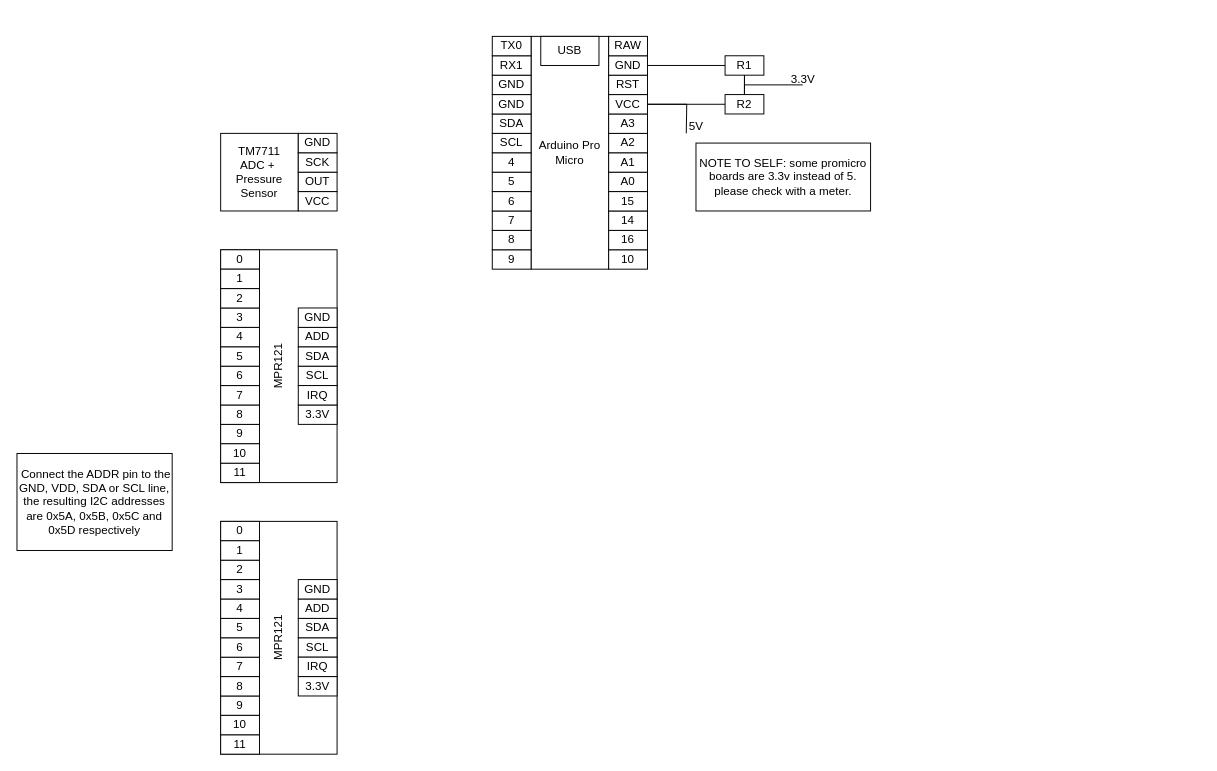
Above: page "Circuit" (3 of 3) of notes/diagrams.drawio in starmaid/ewi (draw.io), before the change. Source tidied: cells renumbered, new cells numbered last; positions are measured from the earlier drawing's top-left corner, leaving out a move shared by most shapes. Both pictures are drawn from the tidied source at 97%, with x=0, y=0 at pixel (16, 36).
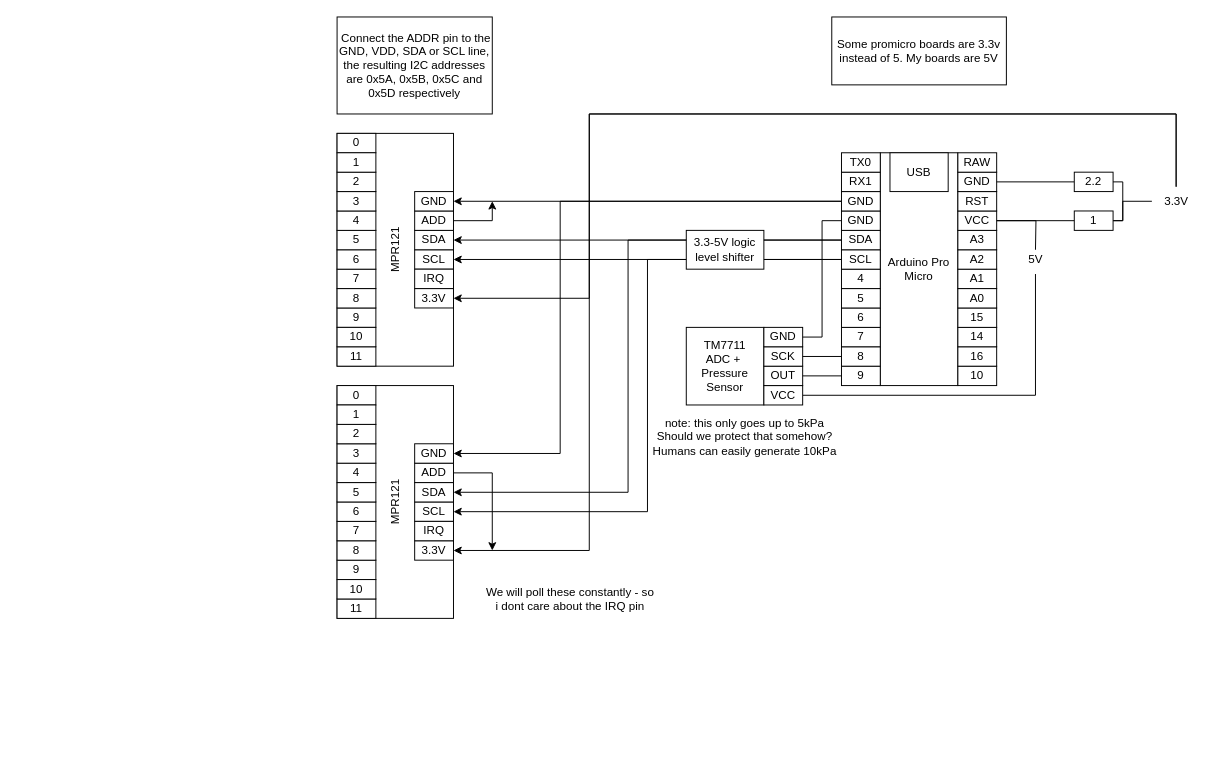
The same diagram, later.

Commit message (it also covers changes not shown here):
add components to circuit diagram, export

The change refers to these unchanged cells:
```xml
<mxCell id="4" value="9" style="rounded=0;whiteSpace=wrap;html=1;" parent="2" vertex="1">
  <mxGeometry y="220" width="40" height="20" as="geometry" />
</mxCell>
<mxCell id="5" value="8" style="rounded=0;whiteSpace=wrap;html=1;" parent="2" vertex="1">
  <mxGeometry y="200" width="40" height="20" as="geometry" />
</mxCell>
<mxCell id="10" value="SCL" style="rounded=0;whiteSpace=wrap;html=1;" parent="2" vertex="1">
  <mxGeometry y="100" width="40" height="20" as="geometry" />
</mxCell>
<mxCell id="18" value="SDA" style="rounded=0;whiteSpace=wrap;html=1;" parent="2" vertex="1">
  <mxGeometry y="80" width="40" height="20" as="geometry" />
</mxCell>
<mxCell id="19" value="GND" style="rounded=0;whiteSpace=wrap;html=1;" parent="2" vertex="1">
  <mxGeometry y="60" width="40" height="20" as="geometry" />
</mxCell>
<mxCell id="20" value="GND" style="rounded=0;whiteSpace=wrap;html=1;" parent="2" vertex="1">
  <mxGeometry y="40" width="40" height="20" as="geometry" />
</mxCell>
```

Diff of the diagram source:
```diff
@@
     <mxCell id="2" style="group;" parent="1" vertex="1">
-      <mxGeometry x="490" width="160" height="240" as="geometry" />
+      <mxGeometry x="850" y="120" width="160" height="240" as="geometry" />
     </mxCell>
@@
     <mxCell id="29" value="USB" style="rounded=0;whiteSpace=wrap;html=1;" parent="2" vertex="1">
-      <mxGeometry x="50" width="60" height="30" as="geometry" />
+      <mxGeometry x="50" width="60" height="40" as="geometry" />
     </mxCell>
@@
-    <mxCell id="31" value="R1" style="rounded=0;whiteSpace=wrap;html=1;" parent="1" vertex="1">
-      <mxGeometry x="730" y="20" width="40" height="20" as="geometry" />
+    <mxCell id="31" value="2.2" style="rounded=0;whiteSpace=wrap;html=1;" parent="1" vertex="1">
+      <mxGeometry x="1090" y="140" width="40" height="20" as="geometry" />
     </mxCell>
     <mxCell id="32" style="edgeStyle=orthogonalEdgeStyle;rounded=0;jettySize=auto;html=1;endArrow=none;endFill=0;" parent="1" edge="1" source="34" target="31">
-      <mxGeometry relative="1" as="geometry" />
+      <mxGeometry relative="1" as="geometry">
+        <Array as="points">
+          <mxPoint x="1140" y="190" />
+          <mxPoint x="1140" y="150" />
+        </Array>
+      </mxGeometry>
     </mxCell>
     <mxCell id="33" style="edgeStyle=orthogonalEdgeStyle;rounded=0;jettySize=auto;html=1;endArrow=none;endFill=0;" parent="1" edge="1" source="34">
       <mxGeometry relative="1" as="geometry">
-        <mxPoint x="810" y="50" as="targetPoint" />
+        <mxPoint x="1170" y="170" as="targetPoint" />
         <Array as="points">
-          <mxPoint x="750" y="50" />
+          <mxPoint x="1140" y="190" />
+          <mxPoint x="1140" y="170" />
         </Array>
       </mxGeometry>
     </mxCell>
-    <mxCell id="34" value="R2" style="rounded=0;whiteSpace=wrap;html=1;" parent="1" vertex="1">
-      <mxGeometry x="730" y="60" width="40" height="20" as="geometry" />
+    <mxCell id="34" value="1" style="rounded=0;whiteSpace=wrap;html=1;" parent="1" vertex="1">
+      <mxGeometry x="1090" y="180" width="40" height="20" as="geometry" />
     </mxCell>
@@
+    <mxCell id="83" style="edgeStyle=orthogonalEdgeStyle;rounded=0;jettySize=auto;html=1;entryX=1;entryY=0.5;entryDx=0;entryDy=0;" parent="1" edge="1" source="36" target="48">
+      <mxGeometry relative="1" as="geometry">
+        <Array as="points">
+          <mxPoint x="1195" y="80" />
+          <mxPoint x="590" y="80" />
+          <mxPoint x="590" y="270" />
+        </Array>
+      </mxGeometry>
+    </mxCell>
+    <mxCell id="84" style="edgeStyle=orthogonalEdgeStyle;rounded=0;jettySize=auto;html=1;entryX=1;entryY=0.5;entryDx=0;entryDy=0;" parent="1" edge="1" source="36" target="68">
+      <mxGeometry relative="1" as="geometry">
+        <Array as="points">
+          <mxPoint x="1195" y="80" />
+          <mxPoint x="590" y="80" />
+          <mxPoint x="590" y="530" />
+        </Array>
+      </mxGeometry>
+    </mxCell>
     <mxCell id="36" value="3.3V" style="text;html=1;align=center;verticalAlign=middle;points=[];strokeColor=none;fillColor=none;" parent="1" vertex="1">
-      <mxGeometry x="785" y="30" width="50" height="30" as="geometry" />
+      <mxGeometry x="1170" y="155" width="50" height="30" as="geometry" />
     </mxCell>
+    <mxCell id="85" style="edgeStyle=orthogonalEdgeStyle;rounded=0;jettySize=auto;html=1;entryX=1;entryY=0.5;entryDx=0;entryDy=0;endArrow=none;endFill=0;" parent="1" edge="1" source="37" target="39">
+      <mxGeometry relative="1" as="geometry">
+        <Array as="points">
+          <mxPoint x="1050" y="370" />
+        </Array>
+      </mxGeometry>
+    </mxCell>
     <mxCell id="37" value="5V" style="text;html=1;align=center;verticalAlign=middle;points=[];strokeColor=none;fillColor=none;" parent="1" vertex="1">
-      <mxGeometry x="680" y="78" width="40" height="30" as="geometry" />
+      <mxGeometry x="1030" y="215" width="40" height="30" as="geometry" />
     </mxCell>
     <mxCell id="38" value="TM7711&lt;br&gt;ADC +&amp;nbsp;&lt;br&gt;Pressure Sensor" style="rounded=0;whiteSpace=wrap;html=1;" parent="1" vertex="1">
-      <mxGeometry x="210" y="100" width="80" height="80" as="geometry" />
+      <mxGeometry x="690" y="300" width="80" height="80" as="geometry" />
     </mxCell>
     <mxCell id="39" value="VCC" style="rounded=0;whiteSpace=wrap;html=1;" parent="1" vertex="1">
-      <mxGeometry x="290" y="160" width="40" height="20" as="geometry" />
+      <mxGeometry x="770" y="360" width="40" height="20" as="geometry" />
     </mxCell>
     <mxCell id="40" value="OUT" style="rounded=0;whiteSpace=wrap;html=1;" parent="1" vertex="1">
-      <mxGeometry x="290" y="140" width="40" height="20" as="geometry" />
+      <mxGeometry x="770" y="340" width="40" height="20" as="geometry" />
     </mxCell>
     <mxCell id="41" value="SCK" style="rounded=0;whiteSpace=wrap;html=1;" parent="1" vertex="1">
-      <mxGeometry x="290" y="120" width="40" height="20" as="geometry" />
+      <mxGeometry x="770" y="320" width="40" height="20" as="geometry" />
     </mxCell>
     <mxCell id="42" value="GND" style="rounded=0;whiteSpace=wrap;html=1;" parent="1" vertex="1">
-      <mxGeometry x="290" y="100" width="40" height="20" as="geometry" />
+      <mxGeometry x="770" y="300" width="40" height="20" as="geometry" />
     </mxCell>
     <mxCell id="43" value="MPR121" style="rounded=0;whiteSpace=wrap;html=1;horizontal=0;" parent="1" vertex="1">
-      <mxGeometry x="210" y="220" width="120" height="240" as="geometry" />
+      <mxGeometry x="330" y="100" width="120" height="240" as="geometry" />
     </mxCell>
     <mxCell id="44" value="SCL" style="rounded=0;whiteSpace=wrap;html=1;" parent="1" vertex="1">
-      <mxGeometry x="290" y="340" width="40" height="20" as="geometry" />
+      <mxGeometry x="410" y="220" width="40" height="20" as="geometry" />
     </mxCell>
     <mxCell id="45" value="SDA" style="rounded=0;whiteSpace=wrap;html=1;" parent="1" vertex="1">
-      <mxGeometry x="290" y="320" width="40" height="20" as="geometry" />
+      <mxGeometry x="410" y="200" width="40" height="20" as="geometry" />
     </mxCell>
+    <mxCell id="86" style="edgeStyle=orthogonalEdgeStyle;rounded=0;jettySize=auto;html=1;" parent="1" edge="1" source="46">
+      <mxGeometry relative="1" as="geometry">
+        <mxPoint x="490" y="170" as="targetPoint" />
+        <Array as="points">
+          <mxPoint x="490" y="190" />
+        </Array>
+      </mxGeometry>
+    </mxCell>
     <mxCell id="46" value="ADD" style="rounded=0;whiteSpace=wrap;html=1;" parent="1" vertex="1">
-      <mxGeometry x="290" y="300" width="40" height="20" as="geometry" />
+      <mxGeometry x="410" y="180" width="40" height="20" as="geometry" />
     </mxCell>
     <mxCell id="47" value="GND" style="rounded=0;whiteSpace=wrap;html=1;" parent="1" vertex="1">
-      <mxGeometry x="290" y="280" width="40" height="20" as="geometry" />
+      <mxGeometry x="410" y="160" width="40" height="20" as="geometry" />
     </mxCell>
     <mxCell id="48" value="3.3V" style="rounded=0;whiteSpace=wrap;html=1;" parent="1" vertex="1">
-      <mxGeometry x="290" y="380" width="40" height="20" as="geometry" />
+      <mxGeometry x="410" y="260" width="40" height="20" as="geometry" />
     </mxCell>
     <mxCell id="49" value="IRQ" style="rounded=0;whiteSpace=wrap;html=1;" parent="1" vertex="1">
-      <mxGeometry x="290" y="360" width="40" height="20" as="geometry" />
+      <mxGeometry x="410" y="240" width="40" height="20" as="geometry" />
     </mxCell>
     <mxCell id="50" value="9" style="rounded=0;whiteSpace=wrap;html=1;" parent="1" vertex="1">
-      <mxGeometry x="210" y="400" width="40" height="20" as="geometry" />
+      <mxGeometry x="330" y="280" width="40" height="20" as="geometry" />
     </mxCell>
     <mxCell id="51" value="8" style="rounded=0;whiteSpace=wrap;html=1;" parent="1" vertex="1">
-      <mxGeometry x="210" y="380" width="40" height="20" as="geometry" />
+      <mxGeometry x="330" y="260" width="40" height="20" as="geometry" />
     </mxCell>
     <mxCell id="52" value="7" style="rounded=0;whiteSpace=wrap;html=1;" parent="1" vertex="1">
-      <mxGeometry x="210" y="360" width="40" height="20" as="geometry" />
+      <mxGeometry x="330" y="240" width="40" height="20" as="geometry" />
     </mxCell>
     <mxCell id="53" value="6" style="rounded=0;whiteSpace=wrap;html=1;" parent="1" vertex="1">
-      <mxGeometry x="210" y="340" width="40" height="20" as="geometry" />
+      <mxGeometry x="330" y="220" width="40" height="20" as="geometry" />
     </mxCell>
     <mxCell id="54" value="5" style="rounded=0;whiteSpace=wrap;html=1;" parent="1" vertex="1">
-      <mxGeometry x="210" y="320" width="40" height="20" as="geometry" />
+      <mxGeometry x="330" y="200" width="40" height="20" as="geometry" />
     </mxCell>
     <mxCell id="55" value="4" style="rounded=0;whiteSpace=wrap;html=1;" parent="1" vertex="1">
-      <mxGeometry x="210" y="300" width="40" height="20" as="geometry" />
+      <mxGeometry x="330" y="180" width="40" height="20" as="geometry" />
     </mxCell>
     <mxCell id="56" value="3" style="rounded=0;whiteSpace=wrap;html=1;" parent="1" vertex="1">
-      <mxGeometry x="210" y="280" width="40" height="20" as="geometry" />
+      <mxGeometry x="330" y="160" width="40" height="20" as="geometry" />
     </mxCell>
     <mxCell id="57" value="2" style="rounded=0;whiteSpace=wrap;html=1;" parent="1" vertex="1">
-      <mxGeometry x="210" y="260" width="40" height="20" as="geometry" />
+      <mxGeometry x="330" y="140" width="40" height="20" as="geometry" />
     </mxCell>
     <mxCell id="58" value="0" style="rounded=0;whiteSpace=wrap;html=1;" parent="1" vertex="1">
-      <mxGeometry x="210" y="220" width="40" height="20" as="geometry" />
+      <mxGeometry x="330" y="100" width="40" height="20" as="geometry" />
     </mxCell>
     <mxCell id="59" value="1" style="rounded=0;whiteSpace=wrap;html=1;" parent="1" vertex="1">
-      <mxGeometry x="210" y="240" width="40" height="20" as="geometry" />
+      <mxGeometry x="330" y="120" width="40" height="20" as="geometry" />
     </mxCell>
     <mxCell id="60" value="11" style="rounded=0;whiteSpace=wrap;html=1;" parent="1" vertex="1">
-      <mxGeometry x="210" y="440" width="40" height="20" as="geometry" />
+      <mxGeometry x="330" y="320" width="40" height="20" as="geometry" />
     </mxCell>
     <mxCell id="61" value="10" style="rounded=0;whiteSpace=wrap;html=1;" parent="1" vertex="1">
-      <mxGeometry x="210" y="420" width="40" height="20" as="geometry" />
+      <mxGeometry x="330" y="300" width="40" height="20" as="geometry" />
     </mxCell>
     <mxCell id="62" value="&lt;div&gt;&amp;nbsp;Connect the ADDR pin to the GND, VDD, SDA or SCL line, the resulting I2C addresses&lt;/div&gt;&lt;div&gt;are 0x5A, 0x5B, 0x5C and 0x5D respectively&lt;/div&gt;" style="rounded=0;whiteSpace=wrap;html=1;" parent="1" vertex="1">
-      <mxGeometry y="430" width="160" height="100" as="geometry" />
+      <mxGeometry x="330" y="-20" width="160" height="100" as="geometry" />
     </mxCell>
     <mxCell id="63" value="MPR121" style="rounded=0;whiteSpace=wrap;html=1;horizontal=0;" parent="1" vertex="1">
-      <mxGeometry x="210" y="500" width="120" height="240" as="geometry" />
+      <mxGeometry x="330" y="360" width="120" height="240" as="geometry" />
     </mxCell>
     <mxCell id="64" value="SCL" style="rounded=0;whiteSpace=wrap;html=1;" parent="1" vertex="1">
-      <mxGeometry x="290" y="620" width="40" height="20" as="geometry" />
+      <mxGeometry x="410" y="480" width="40" height="20" as="geometry" />
     </mxCell>
     <mxCell id="65" value="SDA" style="rounded=0;whiteSpace=wrap;html=1;" parent="1" vertex="1">
-      <mxGeometry x="290" y="600" width="40" height="20" as="geometry" />
+      <mxGeometry x="410" y="460" width="40" height="20" as="geometry" />
     </mxCell>
+    <mxCell id="87" style="edgeStyle=orthogonalEdgeStyle;rounded=0;jettySize=auto;html=1;" parent="1" edge="1" source="66">
+      <mxGeometry relative="1" as="geometry">
+        <mxPoint x="490" y="530" as="targetPoint" />
+        <Array as="points">
+          <mxPoint x="490" y="450" />
+          <mxPoint x="490" y="530" />
+        </Array>
+      </mxGeometry>
+    </mxCell>
     <mxCell id="66" value="ADD" style="rounded=0;whiteSpace=wrap;html=1;" parent="1" vertex="1">
-      <mxGeometry x="290" y="580" width="40" height="20" as="geometry" />
+      <mxGeometry x="410" y="440" width="40" height="20" as="geometry" />
     </mxCell>
     <mxCell id="67" value="GND" style="rounded=0;whiteSpace=wrap;html=1;" parent="1" vertex="1">
-      <mxGeometry x="290" y="560" width="40" height="20" as="geometry" />
+      <mxGeometry x="410" y="420" width="40" height="20" as="geometry" />
     </mxCell>
     <mxCell id="68" value="3.3V" style="rounded=0;whiteSpace=wrap;html=1;" parent="1" vertex="1">
-      <mxGeometry x="290" y="660" width="40" height="20" as="geometry" />
+      <mxGeometry x="410" y="520" width="40" height="20" as="geometry" />
     </mxCell>
     <mxCell id="69" value="IRQ" style="rounded=0;whiteSpace=wrap;html=1;" parent="1" vertex="1">
-      <mxGeometry x="290" y="640" width="40" height="20" as="geometry" />
+      <mxGeometry x="410" y="500" width="40" height="20" as="geometry" />
     </mxCell>
     <mxCell id="70" value="9" style="rounded=0;whiteSpace=wrap;html=1;" parent="1" vertex="1">
-      <mxGeometry x="210" y="680" width="40" height="20" as="geometry" />
+      <mxGeometry x="330" y="540" width="40" height="20" as="geometry" />
     </mxCell>
     <mxCell id="71" value="8" style="rounded=0;whiteSpace=wrap;html=1;" parent="1" vertex="1">
-      <mxGeometry x="210" y="660" width="40" height="20" as="geometry" />
+      <mxGeometry x="330" y="520" width="40" height="20" as="geometry" />
     </mxCell>
     <mxCell id="72" value="7" style="rounded=0;whiteSpace=wrap;html=1;" parent="1" vertex="1">
-      <mxGeometry x="210" y="640" width="40" height="20" as="geometry" />
+      <mxGeometry x="330" y="500" width="40" height="20" as="geometry" />
     </mxCell>
     <mxCell id="73" value="6" style="rounded=0;whiteSpace=wrap;html=1;" parent="1" vertex="1">
-      <mxGeometry x="210" y="620" width="40" height="20" as="geometry" />
+      <mxGeometry x="330" y="480" width="40" height="20" as="geometry" />
     </mxCell>
     <mxCell id="74" value="5" style="rounded=0;whiteSpace=wrap;html=1;" parent="1" vertex="1">
-      <mxGeometry x="210" y="600" width="40" height="20" as="geometry" />
+      <mxGeometry x="330" y="460" width="40" height="20" as="geometry" />
     </mxCell>
     <mxCell id="75" value="4" style="rounded=0;whiteSpace=wrap;html=1;" parent="1" vertex="1">
-      <mxGeometry x="210" y="580" width="40" height="20" as="geometry" />
+      <mxGeometry x="330" y="440" width="40" height="20" as="geometry" />
     </mxCell>
     <mxCell id="76" value="3" style="rounded=0;whiteSpace=wrap;html=1;" parent="1" vertex="1">
-      <mxGeometry x="210" y="560" width="40" height="20" as="geometry" />
+      <mxGeometry x="330" y="420" width="40" height="20" as="geometry" />
     </mxCell>
     <mxCell id="77" value="2" style="rounded=0;whiteSpace=wrap;html=1;" parent="1" vertex="1">
-      <mxGeometry x="210" y="540" width="40" height="20" as="geometry" />
+      <mxGeometry x="330" y="400" width="40" height="20" as="geometry" />
     </mxCell>
     <mxCell id="78" value="0" style="rounded=0;whiteSpace=wrap;html=1;" parent="1" vertex="1">
-      <mxGeometry x="210" y="500" width="40" height="20" as="geometry" />
+      <mxGeometry x="330" y="360" width="40" height="20" as="geometry" />
     </mxCell>
     <mxCell id="79" value="1" style="rounded=0;whiteSpace=wrap;html=1;" parent="1" vertex="1">
-      <mxGeometry x="210" y="520" width="40" height="20" as="geometry" />
+      <mxGeometry x="330" y="380" width="40" height="20" as="geometry" />
     </mxCell>
     <mxCell id="80" value="11" style="rounded=0;whiteSpace=wrap;html=1;" parent="1" vertex="1">
-      <mxGeometry x="210" y="720" width="40" height="20" as="geometry" />
+      <mxGeometry x="330" y="580" width="40" height="20" as="geometry" />
     </mxCell>
     <mxCell id="81" value="10" style="rounded=0;whiteSpace=wrap;html=1;" parent="1" vertex="1">
-      <mxGeometry x="210" y="700" width="40" height="20" as="geometry" />
+      <mxGeometry x="330" y="560" width="40" height="20" as="geometry" />
     </mxCell>
-    <mxCell id="82" value="NOTE TO SELF: some promicro boards are 3.3v instead of 5. please check with a meter." style="rounded=0;whiteSpace=wrap;html=1;" parent="1" vertex="1">
-      <mxGeometry x="700" y="110" width="180" height="70" as="geometry" />
+    <mxCell id="82" value="Some promicro boards are 3.3v instead of 5. My boards are 5V" style="rounded=0;whiteSpace=wrap;html=1;" parent="1" vertex="1">
+      <mxGeometry x="840" y="-20" width="180" height="70" as="geometry" />
     </mxCell>
+    <mxCell id="88" style="edgeStyle=orthogonalEdgeStyle;rounded=0;jettySize=auto;html=1;entryX=1;entryY=0.5;entryDx=0;entryDy=0;endArrow=none;endFill=0;" parent="1" edge="1" source="5" target="41">
+      <mxGeometry relative="1" as="geometry">
+        <Array as="points">
+          <mxPoint x="810" y="330" />
+          <mxPoint x="810" y="330" />
+        </Array>
+      </mxGeometry>
+    </mxCell>
+    <mxCell id="89" style="edgeStyle=orthogonalEdgeStyle;rounded=0;jettySize=auto;html=1;entryX=1;entryY=0.5;entryDx=0;entryDy=0;endArrow=none;endFill=0;" parent="1" edge="1" source="4" target="40">
+      <mxGeometry relative="1" as="geometry">
+        <Array as="points">
+          <mxPoint x="810" y="350" />
+          <mxPoint x="810" y="350" />
+        </Array>
+      </mxGeometry>
+    </mxCell>
+    <mxCell id="90" style="edgeStyle=orthogonalEdgeStyle;rounded=0;jettySize=auto;html=1;entryX=1;entryY=0.5;entryDx=0;entryDy=0;" parent="1" edge="1" source="20" target="47">
+      <mxGeometry relative="1" as="geometry" />
+    </mxCell>
+    <mxCell id="91" style="edgeStyle=orthogonalEdgeStyle;rounded=0;jettySize=auto;html=1;entryX=1;entryY=0.5;entryDx=0;entryDy=0;" parent="1" edge="1" source="20" target="67">
+      <mxGeometry relative="1" as="geometry">
+        <Array as="points">
+          <mxPoint x="560" y="170" />
+          <mxPoint x="560" y="430" />
+        </Array>
+      </mxGeometry>
+    </mxCell>
+    <mxCell id="92" style="edgeStyle=orthogonalEdgeStyle;rounded=0;jettySize=auto;html=1;entryX=1;entryY=0.5;entryDx=0;entryDy=0;endArrow=none;endFill=0;" parent="1" edge="1" source="19" target="42">
+      <mxGeometry relative="1" as="geometry" />
+    </mxCell>
+    <mxCell id="93" style="edgeStyle=orthogonalEdgeStyle;rounded=0;jettySize=auto;html=1;entryX=1;entryY=0.5;entryDx=0;entryDy=0;" parent="1" edge="1" source="18" target="45">
+      <mxGeometry relative="1" as="geometry" />
+    </mxCell>
+    <mxCell id="94" style="edgeStyle=orthogonalEdgeStyle;rounded=0;jettySize=auto;html=1;entryX=1;entryY=0.5;entryDx=0;entryDy=0;" parent="1" edge="1" source="10" target="44">
+      <mxGeometry relative="1" as="geometry" />
+    </mxCell>
+    <mxCell id="95" style="edgeStyle=orthogonalEdgeStyle;rounded=0;jettySize=auto;html=1;entryX=1;entryY=0.5;entryDx=0;entryDy=0;" parent="1" edge="1" source="18" target="65">
+      <mxGeometry relative="1" as="geometry">
+        <Array as="points">
+          <mxPoint x="630" y="210" />
+          <mxPoint x="630" y="470" />
+        </Array>
+      </mxGeometry>
+    </mxCell>
+    <mxCell id="96" style="edgeStyle=orthogonalEdgeStyle;rounded=0;jettySize=auto;html=1;entryX=1;entryY=0.5;entryDx=0;entryDy=0;" parent="1" edge="1" source="10" target="64">
+      <mxGeometry relative="1" as="geometry" />
+    </mxCell>
+    <mxCell id="97" value="note: this only goes up to 5kPa&lt;div&gt;Should we protect that somehow?&lt;/div&gt;&lt;div&gt;Humans can easily generate 10kPa&lt;/div&gt;" style="text;html=1;align=center;verticalAlign=middle;strokeColor=none;fillColor=none;" parent="1" vertex="1">
+      <mxGeometry x="645" y="383" width="210" height="60" as="geometry" />
+    </mxCell>
+    <mxCell id="98" value="We will poll these constantly - so&lt;div&gt;i dont care about the IRQ pin&lt;/div&gt;" style="text;html=1;align=center;verticalAlign=middle;strokeColor=none;fillColor=none;" parent="1" vertex="1">
+      <mxGeometry x="470" y="560" width="200" height="40" as="geometry" />
+    </mxCell>
+    <mxCell id="99" value="3.3-5V logic level shifter" style="rounded=0;whiteSpace=wrap;html=1;" parent="1" vertex="1">
+      <mxGeometry x="690" y="200" width="80" height="40" as="geometry" />
+    </mxCell>
```
